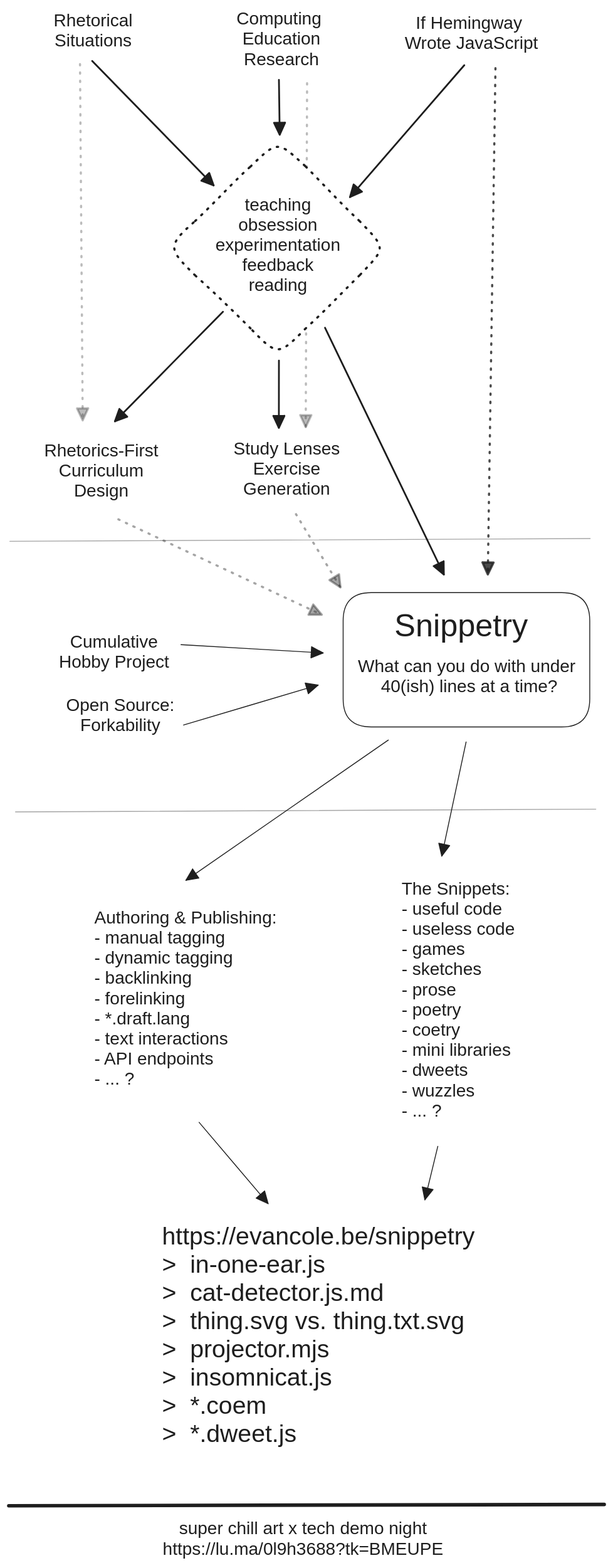
The Excalidraw diagram public/assets/art-x-tech.excalidraw.svg in colevandersWands/snippetry, before a commit. Source tidied: one line per element, renumbered; positions are measured from the earlier drawing's top-left corner, leaving out a move shared by most shapes. The source it was exported from:
```json
{"id": 0, "type": "rectangle", "strokeColor": "#1e1e1e", "backgroundColor": "#ffffff", "fillStyle": "solid", "strokeWidth": 1, "roughness": 0, "round": true, "x": 381, "y": 665, "width": 281, "height": 153}
{"id": 1, "type": "arrow", "strokeColor": "#1e1e1e", "strokeWidth": 2, "strokeStyle": "dotted", "roughness": 0, "opacity": 30, "endArrowhead": "triangle", "round": true, "from": 3, "to": 11, "x": 340, "y": 85, "width": 2, "height": 392, "points": [[0, 0], [-2, 392]]}
{"id": 2, "type": "text", "text": "Rhetorical\nSituations", "strokeColor": "#1e1e1e", "strokeWidth": 2, "roughness": 1, "fontSize": 20, "fontFamily": 2, "textAlign": "center", "x": 51, "y": 2, "width": 90, "height": 46}
{"id": 3, "type": "text", "text": "Computing \nEducation\nResearch", "strokeColor": "#1e1e1e", "strokeWidth": 2, "roughness": 1, "fontSize": 20, "fontFamily": 2, "textAlign": "center", "x": 260, "y": 0, "width": 102, "height": 69}
{"id": 4, "type": "text", "text": "If Hemingway \nWrote JavaScript", "strokeColor": "#1e1e1e", "strokeWidth": 2, "roughness": 1, "fontSize": 20, "fontFamily": 2, "textAlign": "center", "x": 451, "y": 5, "width": 152, "height": 46}
{"id": 5, "type": "diamond", "strokeColor": "#1e1e1e", "backgroundColor": "#ffffff", "fillStyle": "solid", "strokeWidth": 2, "strokeStyle": "dotted", "roughness": 1, "round": true, "x": 181, "y": 149, "width": 250, "height": 246}
{"id": 6, "type": "text", "text": "teaching\nobsession\nexperimentation\nfeedback\nreading", "strokeColor": "#1e1e1e", "strokeWidth": 2, "roughness": 1, "fontSize": 20, "fontFamily": 2, "textAlign": "center", "x": 236, "y": 212, "width": 142, "height": 115}
{"id": 7, "type": "arrow", "strokeColor": "#1e1e1e", "strokeWidth": 2, "roughness": 0, "endArrowhead": "triangle", "round": true, "from": 2, "to": 5, "x": 95, "y": 59, "width": 138, "height": 142, "points": [[0, 0], [138, 142]]}
{"id": 8, "type": "arrow", "strokeColor": "#1e1e1e", "angle": 6.18, "strokeWidth": 2, "roughness": 0, "endArrowhead": "triangle", "round": true, "from": 3, "to": 5, "x": 311, "y": 81, "width": 6, "height": 62, "points": [[0, 0], [-6, 62]]}
{"id": 9, "type": "arrow", "strokeColor": "#1e1e1e", "strokeWidth": 2, "roughness": 0, "endArrowhead": "triangle", "round": true, "from": 4, "to": 5, "x": 519, "y": 64, "width": 130, "height": 150, "points": [[0, 0], [-130, 150]]}
{"id": 10, "type": "text", "text": "Rhetorics-First\nCurriculum\nDesign", "strokeColor": "#1e1e1e", "strokeWidth": 2, "roughness": 1, "fontSize": 20, "fontFamily": 2, "textAlign": "center", "x": 40, "y": 492, "width": 130, "height": 69}
{"id": 11, "type": "text", "text": "Study Lenses\nExercise\nGeneration", "strokeColor": "#1e1e1e", "strokeWidth": 2, "roughness": 1, "fontSize": 20, "fontFamily": 2, "textAlign": "center", "x": 256, "y": 490, "width": 121, "height": 69}
{"id": 12, "type": "text", "text": "Snippetry", "strokeColor": "#1e1e1e", "strokeWidth": 2, "roughness": 1, "fontSize": 36, "fontFamily": 2, "textAlign": "center", "x": 440, "y": 682, "width": 152, "height": 41}
{"id": 13, "type": "arrow", "strokeColor": "#1e1e1e", "strokeWidth": 2, "roughness": 0, "endArrowhead": "triangle", "round": true, "from": 5, "x": 244, "y": 345, "width": 123, "height": 125, "points": [[0, 0], [-123, 125]]}
{"id": 14, "type": "arrow", "strokeColor": "#1e1e1e", "angle": 6.18, "strokeWidth": 2, "roughness": 0, "endArrowhead": "triangle", "round": true, "from": 5, "to": 11, "x": 312, "y": 401, "width": 8, "height": 76, "points": [[0, 0], [-8, 76]]}
{"id": 15, "type": "arrow", "strokeColor": "#1e1e1e", "strokeWidth": 2, "roughness": 0, "endArrowhead": "triangle", "round": true, "from": 5, "to": 0, "x": 360, "y": 363, "width": 135, "height": 281, "points": [[0, 0], [135, 281]]}
{"id": 16, "type": "arrow", "strokeColor": "#1e1e1e", "strokeWidth": 2, "strokeStyle": "dotted", "roughness": 0, "opacity": 30, "endArrowhead": "triangle", "round": true, "from": 2, "x": 81, "y": 63, "width": 3, "height": 406, "points": [[0, 0], [3, 406]]}
{"id": 17, "type": "arrow", "strokeColor": "#1e1e1e", "strokeWidth": 2, "strokeStyle": "dotted", "roughness": 0, "opacity": 80, "endArrowhead": "triangle", "round": true, "to": 0, "x": 555, "y": 68, "width": 9, "height": 577, "points": [[0, 0], [-9, 577]]}
{"id": 18, "type": "text", "text": "What can you do with under \n40(ish) lines at a time?", "strokeColor": "#1e1e1e", "backgroundColor": "#ffffff", "fillStyle": "solid", "strokeWidth": 2, "strokeStyle": "dotted", "roughness": 0, "fontSize": 20, "fontFamily": 2, "textAlign": "center", "x": 398, "y": 737, "width": 253, "height": 46}
{"id": 19, "type": "text", "text": "Open Source:\nForkability\n", "strokeColor": "#1e1e1e", "backgroundColor": "#ffffff", "fillStyle": "solid", "strokeWidth": 1, "roughness": 0, "fontSize": 20, "fontFamily": 2, "textAlign": "center", "x": 65, "y": 782, "width": 123, "height": 69}
{"id": 20, "type": "text", "text": "Cumulative\nHobby Project", "strokeColor": "#1e1e1e", "backgroundColor": "#ffffff", "fillStyle": "solid", "strokeWidth": 1, "roughness": 0, "fontSize": 20, "fontFamily": 2, "textAlign": "center", "x": 57, "y": 710, "width": 126, "height": 46}
{"id": 21, "type": "arrow", "strokeColor": "#1e1e1e", "backgroundColor": "#ffffff", "fillStyle": "solid", "strokeWidth": 1, "roughness": 0, "endArrowhead": "triangle", "round": true, "from": 20, "to": 0, "x": 196, "y": 724, "width": 162, "height": 9, "points": [[0, 0], [162, 9]]}
{"id": 22, "type": "arrow", "strokeColor": "#1e1e1e", "backgroundColor": "#ffffff", "fillStyle": "solid", "strokeWidth": 1, "roughness": 0, "endArrowhead": "triangle", "round": true, "from": 19, "to": 0, "x": 199, "y": 816, "width": 153, "height": 46, "points": [[0, 0], [153, -46]]}
{"id": 23, "type": "arrow", "strokeColor": "#1e1e1e", "backgroundColor": "#ffffff", "fillStyle": "solid", "strokeWidth": 1, "roughness": 0, "endArrowhead": "triangle", "round": true, "from": 0, "to": 24, "x": 521, "y": 835, "width": 28, "height": 130, "points": [[0, 0], [-28, 130]]}
{"id": 24, "type": "text", "text": "The Snippets:\n- useful code\n- useless code\n- games\n- sketches\n- prose\n- poetry\n- coetry\n- mini libraries\n- dweets\n- wuzzles\n- ... ?", "strokeColor": "#1e1e1e", "backgroundColor": "#ffffff", "fillStyle": "solid", "strokeWidth": 1, "roughness": 0, "fontSize": 20, "fontFamily": 2, "x": 448, "y": 991, "width": 129, "height": 276}
{"id": 25, "type": "arrow", "strokeColor": "#1e1e1e", "backgroundColor": "#ffffff", "fillStyle": "solid", "strokeWidth": 1, "roughness": 0, "endArrowhead": "triangle", "round": true, "from": 26, "to": 28, "x": 217, "y": 1268, "width": 79, "height": 93, "points": [[0, 0], [79, 93]]}
{"id": 26, "type": "text", "text": "Authoring & Publishing:\n- manual tagging\n- dynamic tagging\n- backlinking\n- forelinking\n- *.draft.lang\n- text interactions\n- API endpoints\n- ... ?\n", "strokeColor": "#1e1e1e", "backgroundColor": "#ffffff", "fillStyle": "solid", "strokeWidth": 1, "roughness": 0, "fontSize": 20, "fontFamily": 2, "x": 97, "y": 1024, "width": 208, "height": 230}
{"id": 27, "type": "arrow", "strokeColor": "#1e1e1e", "angle": 6.18, "strokeWidth": 2, "strokeStyle": "dotted", "roughness": 0, "opacity": 40, "endArrowhead": "triangle", "round": true, "from": 11, "to": 0, "x": 332, "y": 573, "width": 41, "height": 88, "points": [[0, 0], [41, 88]]}
{"id": 28, "type": "text", "text": "https://evancole.be/snippetry\n>  in-one-ear.js\n>  cat-detector.js.md\n>  thing.svg vs. thing.txt.svg\n>  projector.mjs\n>  insomnicat.js\n>  *.coem\n>  *.dweet.js", "strokeColor": "#1e1e1e", "backgroundColor": "#ffffff", "fillStyle": "solid", "strokeWidth": 1, "roughness": 0, "fontSize": 28, "fontFamily": 2, "x": 175, "y": 1382, "width": 356, "height": 258}
{"id": 29, "type": "arrow", "strokeColor": "#1e1e1e", "backgroundColor": "#ffffff", "fillStyle": "solid", "strokeWidth": 1, "roughness": 0, "endArrowhead": "triangle", "round": true, "from": 0, "to": 26, "x": 433, "y": 833, "width": 231, "height": 160, "points": [[0, 0], [-231, 160]]}
{"id": 30, "type": "arrow", "strokeColor": "#1e1e1e", "backgroundColor": "#ffffff", "fillStyle": "solid", "strokeWidth": 1, "roughness": 0, "endArrowhead": "triangle", "round": true, "from": 24, "to": 28, "x": 489, "y": 1296, "width": 15, "height": 61, "points": [[0, 0], [-15, 61]]}
{"id": 31, "type": "line", "strokeColor": "#1e1e1e", "backgroundColor": "#ffffff", "fillStyle": "solid", "strokeWidth": 1, "roughness": 0, "opacity": 40, "x": 663, "y": 603, "width": 661, "height": 3, "points": [[0, 0], [-661, 3]]}
{"id": 32, "type": "line", "strokeColor": "#1e1e1e", "backgroundColor": "#ffffff", "fillStyle": "solid", "strokeWidth": 1, "roughness": 0, "opacity": 40, "x": 669, "y": 912, "width": 661, "height": 3, "points": [[0, 0], [-661, 3]]}
{"id": 33, "type": "line", "strokeColor": "#1e1e1e", "backgroundColor": "#ffffff", "fillStyle": "solid", "strokeWidth": 4, "roughness": 0, "x": 0, "y": 1705, "width": 679, "height": 1, "points": [[0, 0], [679, -1]]}
{"id": 34, "type": "arrow", "strokeColor": "#1e1e1e", "angle": 6.18, "strokeWidth": 2, "strokeStyle": "dotted", "roughness": 0, "opacity": 40, "endArrowhead": "triangle", "round": true, "to": 0, "x": 131, "y": 570, "width": 219, "height": 133, "points": [[0, 0], [219, 133]]}
{"id": 35, "type": "text", "text": "super chill art x tech demo night\nhttps://lu.ma/0l9h3688?tk=BMEUPE", "strokeColor": "#1e1e1e", "strokeWidth": 2, "roughness": 1, "fontSize": 20, "fontFamily": 2, "textAlign": "center", "x": 175, "y": 1720, "width": 320, "height": 46}
```
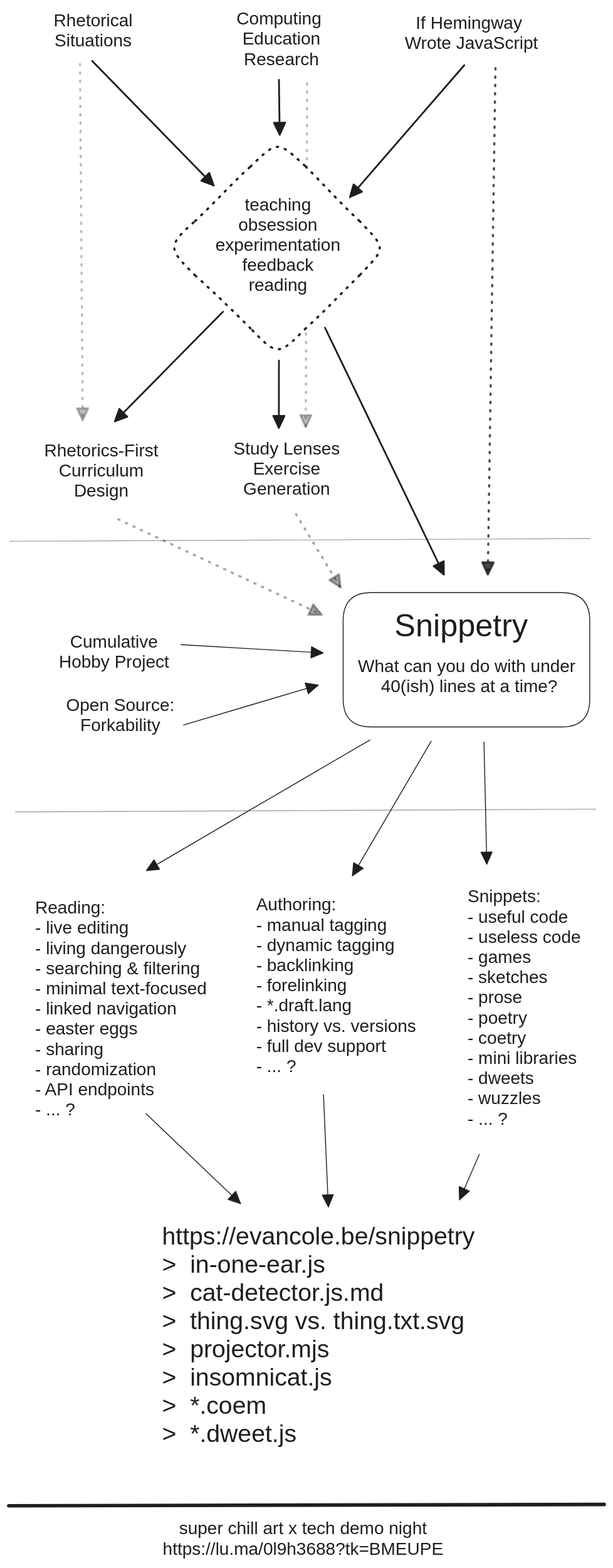
Later version of the same file.

Commit message:
separate reading and authoring experiences

Diff of the diagram source:
```diff
@@ -21,16 +21,19 @@
 {"id": 20, "type": "text", "text": "Cumulative\nHobby Project", "strokeColor": "#1e1e1e", "backgroundColor": "#ffffff", "fillStyle": "solid", "strokeWidth": 1, "roughness": 0, "fontSize": 20, "fontFamily": 2, "textAlign": "center", "x": 57, "y": 710, "width": 126, "height": 46}
 {"id": 21, "type": "arrow", "strokeColor": "#1e1e1e", "backgroundColor": "#ffffff", "fillStyle": "solid", "strokeWidth": 1, "roughness": 0, "endArrowhead": "triangle", "round": true, "from": 20, "to": 0, "x": 196, "y": 724, "width": 162, "height": 9, "points": [[0, 0], [162, 9]]}
 {"id": 22, "type": "arrow", "strokeColor": "#1e1e1e", "backgroundColor": "#ffffff", "fillStyle": "solid", "strokeWidth": 1, "roughness": 0, "endArrowhead": "triangle", "round": true, "from": 19, "to": 0, "x": 199, "y": 816, "width": 153, "height": 46, "points": [[0, 0], [153, -46]]}
-{"id": 23, "type": "arrow", "strokeColor": "#1e1e1e", "backgroundColor": "#ffffff", "fillStyle": "solid", "strokeWidth": 1, "roughness": 0, "endArrowhead": "triangle", "round": true, "from": 0, "to": 24, "x": 521, "y": 835, "width": 28, "height": 130, "points": [[0, 0], [-28, 130]]}
+{"id": 23, "type": "arrow", "strokeColor": "#1e1e1e", "backgroundColor": "#ffffff", "fillStyle": "solid", "strokeWidth": 1, "roughness": 0, "endArrowhead": "triangle", "round": true, "from": 0, "to": 24, "x": 541, "y": 835, "width": 3, "height": 139, "points": [[0, 0], [3, 139]]}
-{"id": 24, "type": "text", "text": "The Snippets:\n- useful code\n- useless code\n- games\n- sketches\n- prose\n- poetry\n- coetry\n- mini libraries\n- dweets\n- wuzzles\n- ... ?", "strokeColor": "#1e1e1e", "backgroundColor": "#ffffff", "fillStyle": "solid", "strokeWidth": 1, "roughness": 0, "fontSize": 20, "fontFamily": 2, "x": 448, "y": 991, "width": 129, "height": 276}
+{"id": 24, "type": "text", "text": "Snippets:\n- useful code\n- useless code\n- games\n- sketches\n- prose\n- poetry\n- coetry\n- mini libraries\n- dweets\n- wuzzles\n- ... ?", "strokeColor": "#1e1e1e", "backgroundColor": "#ffffff", "fillStyle": "solid", "strokeWidth": 1, "roughness": 0, "fontSize": 20, "fontFamily": 2, "x": 523, "y": 1000, "width": 129, "height": 276}
-{"id": 25, "type": "arrow", "strokeColor": "#1e1e1e", "backgroundColor": "#ffffff", "fillStyle": "solid", "strokeWidth": 1, "roughness": 0, "endArrowhead": "triangle", "round": true, "from": 26, "to": 28, "x": 217, "y": 1268, "width": 79, "height": 93, "points": [[0, 0], [79, 93]]}
+{"id": 25, "type": "arrow", "strokeColor": "#1e1e1e", "backgroundColor": "#ffffff", "fillStyle": "solid", "strokeWidth": 1, "roughness": 0, "endArrowhead": "triangle", "round": true, "to": 28, "x": 156, "y": 1259, "width": 108, "height": 103, "points": [[0, 0], [108, 103]]}
-{"id": 26, "type": "text", "text": "Authoring & Publishing:\n- manual tagging\n- dynamic tagging\n- backlinking\n- forelinking\n- *.draft.lang\n- text interactions\n- API endpoints\n- ... ?\n", "strokeColor": "#1e1e1e", "backgroundColor": "#ffffff", "fillStyle": "solid", "strokeWidth": 1, "roughness": 0, "fontSize": 20, "fontFamily": 2, "x": 97, "y": 1024, "width": 208, "height": 230}
+{"id": 26, "type": "text", "text": "Reading:\n- live editing\n- living dangerously\n- searching & filtering\n- minimal text-focused\n- linked navigation\n- easter eggs\n- sharing\n- randomization\n- API endpoints\n- ... ?\n", "strokeColor": "#1e1e1e", "backgroundColor": "#ffffff", "fillStyle": "solid", "strokeWidth": 1, "roughness": 0, "fontSize": 20, "fontFamily": 2, "x": 30, "y": 1013, "width": 196, "height": 276}
 {"id": 27, "type": "arrow", "strokeColor": "#1e1e1e", "angle": 6.18, "strokeWidth": 2, "strokeStyle": "dotted", "roughness": 0, "opacity": 40, "endArrowhead": "triangle", "round": true, "from": 11, "to": 0, "x": 332, "y": 573, "width": 41, "height": 88, "points": [[0, 0], [41, 88]]}
 {"id": 28, "type": "text", "text": "https://evancole.be/snippetry\n>  in-one-ear.js\n>  cat-detector.js.md\n>  thing.svg vs. thing.txt.svg\n>  projector.mjs\n>  insomnicat.js\n>  *.coem\n>  *.dweet.js", "strokeColor": "#1e1e1e", "backgroundColor": "#ffffff", "fillStyle": "solid", "strokeWidth": 1, "roughness": 0, "fontSize": 28, "fontFamily": 2, "x": 175, "y": 1382, "width": 356, "height": 258}
-{"id": 29, "type": "arrow", "strokeColor": "#1e1e1e", "backgroundColor": "#ffffff", "fillStyle": "solid", "strokeWidth": 1, "roughness": 0, "endArrowhead": "triangle", "round": true, "from": 0, "to": 26, "x": 433, "y": 833, "width": 231, "height": 160, "points": [[0, 0], [-231, 160]]}
+{"id": 29, "type": "arrow", "strokeColor": "#1e1e1e", "backgroundColor": "#ffffff", "fillStyle": "solid", "strokeWidth": 1, "roughness": 0, "endArrowhead": "triangle", "round": true, "from": 0, "to": 26, "x": 411, "y": 833, "width": 255, "height": 149, "points": [[0, 0], [-255, 149]]}
-{"id": 30, "type": "arrow", "strokeColor": "#1e1e1e", "backgroundColor": "#ffffff", "fillStyle": "solid", "strokeWidth": 1, "roughness": 0, "endArrowhead": "triangle", "round": true, "from": 24, "to": 28, "x": 489, "y": 1296, "width": 15, "height": 61, "points": [[0, 0], [-15, 61]]}
+{"id": 30, "type": "arrow", "strokeColor": "#1e1e1e", "backgroundColor": "#ffffff", "fillStyle": "solid", "strokeWidth": 1, "roughness": 0, "endArrowhead": "triangle", "round": true, "from": 24, "to": 28, "x": 536, "y": 1305, "width": 23, "height": 52, "points": [[0, 0], [-23, 52]]}
 {"id": 31, "type": "line", "strokeColor": "#1e1e1e", "backgroundColor": "#ffffff", "fillStyle": "solid", "strokeWidth": 1, "roughness": 0, "opacity": 40, "x": 663, "y": 603, "width": 661, "height": 3, "points": [[0, 0], [-661, 3]]}
 {"id": 32, "type": "line", "strokeColor": "#1e1e1e", "backgroundColor": "#ffffff", "fillStyle": "solid", "strokeWidth": 1, "roughness": 0, "opacity": 40, "x": 669, "y": 912, "width": 661, "height": 3, "points": [[0, 0], [-661, 3]]}
 {"id": 33, "type": "line", "strokeColor": "#1e1e1e", "backgroundColor": "#ffffff", "fillStyle": "solid", "strokeWidth": 4, "roughness": 0, "x": 0, "y": 1705, "width": 679, "height": 1, "points": [[0, 0], [679, -1]]}
 {"id": 34, "type": "arrow", "strokeColor": "#1e1e1e", "angle": 6.18, "strokeWidth": 2, "strokeStyle": "dotted", "roughness": 0, "opacity": 40, "endArrowhead": "triangle", "round": true, "to": 0, "x": 131, "y": 570, "width": 219, "height": 133, "points": [[0, 0], [219, 133]]}
 {"id": 35, "type": "text", "text": "super chill art x tech demo night\nhttps://lu.ma/0l9h3688?tk=BMEUPE", "strokeColor": "#1e1e1e", "strokeWidth": 2, "roughness": 1, "fontSize": 20, "fontFamily": 2, "textAlign": "center", "x": 175, "y": 1720, "width": 320, "height": 46}
+{"id": 36, "type": "text", "text": "Authoring:\n- manual tagging\n- dynamic tagging\n- backlinking\n- forelinking\n- *.draft.lang\n- history vs. versions\n- full dev support\n- ... ?\n", "strokeColor": "#1e1e1e", "backgroundColor": "#ffffff", "fillStyle": "solid", "strokeWidth": 1, "roughness": 0, "fontSize": 20, "fontFamily": 2, "x": 282, "y": 1009, "width": 182, "height": 230}
+{"id": 37, "type": "arrow", "strokeColor": "#1e1e1e", "backgroundColor": "#ffffff", "fillStyle": "solid", "strokeWidth": 1, "roughness": 0, "endArrowhead": "triangle", "round": true, "from": 0, "to": 36, "x": 481, "y": 834, "width": 90, "height": 153, "points": [[0, 0], [-90, 153]]}
+{"id": 38, "type": "arrow", "strokeColor": "#1e1e1e", "backgroundColor": "#ffffff", "fillStyle": "solid", "strokeWidth": 1, "roughness": 0, "endArrowhead": "triangle", "round": true, "to": 28, "x": 359, "y": 1237, "width": 6, "height": 128, "points": [[0, 0], [6, 128]]}
```
